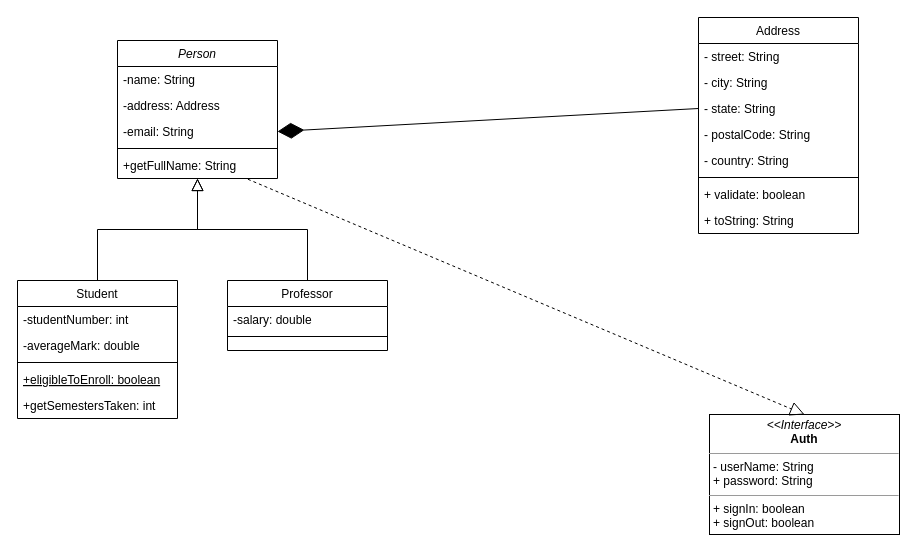
This is examples/simple_class_diagram.drawio from JanitSri/JavaCodeGenerator, a draw.io file, before an edit. Source tidied: cells renumbered, new cells numbered last; positions are measured from the earlier drawing's top-left corner, leaving out a move shared by most shapes. Both pictures are drawn from the tidied source at 100%, with x=0, y=0 at pixel (17, 17).
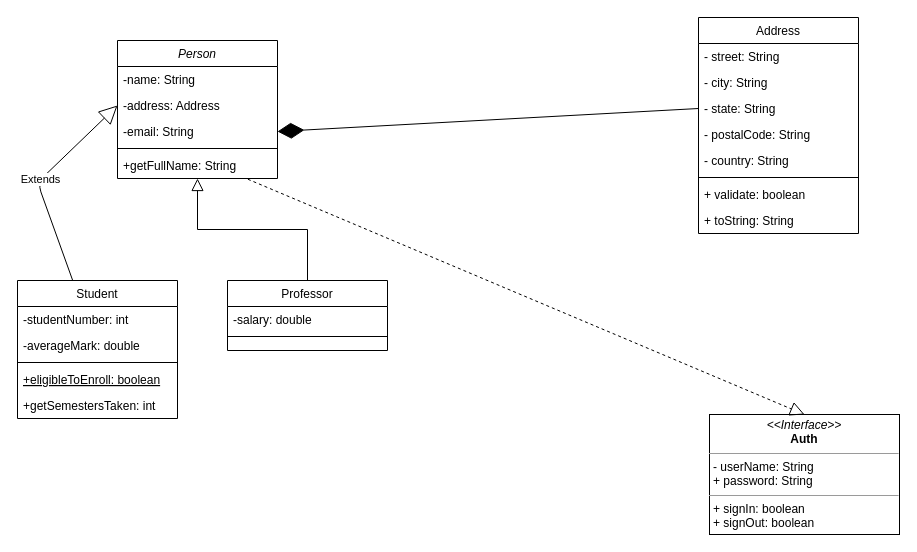
After the change.

The change refers to these unchanged cells:
```xml
<mxCell id="2" value="Person" style="swimlane;fontStyle=2;align=center;verticalAlign=top;horizontal=1;startSize=26;rounded=0;shadow=0;strokeWidth=1;" parent="1" vertex="1">
  <mxGeometry x="100" y="23" width="160" height="138" as="geometry" />
</mxCell>
<mxCell id="4" value="-address: Address" style="text;align=left;verticalAlign=top;spacingLeft=4;spacingRight=4;overflow=hidden;points=[[0,0.5],[1,0.5]];portConstraint=eastwest;rounded=0;shadow=0;html=0;" parent="2" vertex="1">
  <mxGeometry y="52" width="160" height="26" as="geometry" />
</mxCell>
<mxCell id="8" value="Student" style="swimlane;fontStyle=0;align=center;verticalAlign=top;horizontal=1;startSize=26;rounded=0;shadow=0;strokeWidth=1;" parent="1" vertex="1">
  <mxGeometry y="263" width="160" height="138" as="geometry" />
</mxCell>
```

Diff of the diagram source:
```diff
@@
-    <mxCell id="14" style="endArrow=block;endSize=10;endFill=0;shadow=0;strokeWidth=1;rounded=0;edgeStyle=elbowEdgeStyle;elbow=vertical;" parent="1" edge="1" source="8" target="2">
-      <mxGeometry relative="1" as="geometry" />
-    </mxCell>
@@
+    <mxCell id="31" value="Extends" style="endArrow=block;endSize=16;endFill=0;html=1;entryX=0;entryY=0.5;entryDx=0;entryDy=0;" parent="1" edge="1" source="8" target="4">
+      <mxGeometry relative="1" as="geometry">
+        <Array as="points">
+          <mxPoint x="20" y="165" />
+        </Array>
+      </mxGeometry>
+    </mxCell>
```
